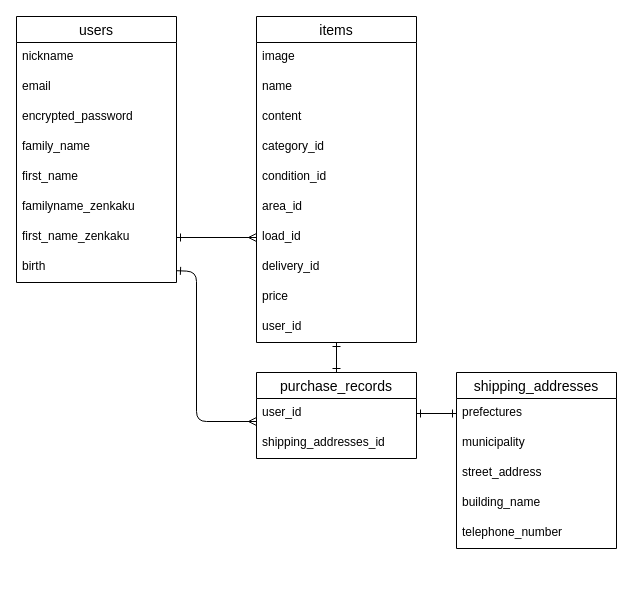
Before: furima.dio in atk1825/furima-40553, a draw.io diagram. Source tidied: cells renumbered, new cells numbered last; positions are measured from the earlier drawing's top-left corner, leaving out a move shared by most shapes. Both pictures are drawn from the tidied source at 100%, with x=0, y=0 at pixel (16, 16).
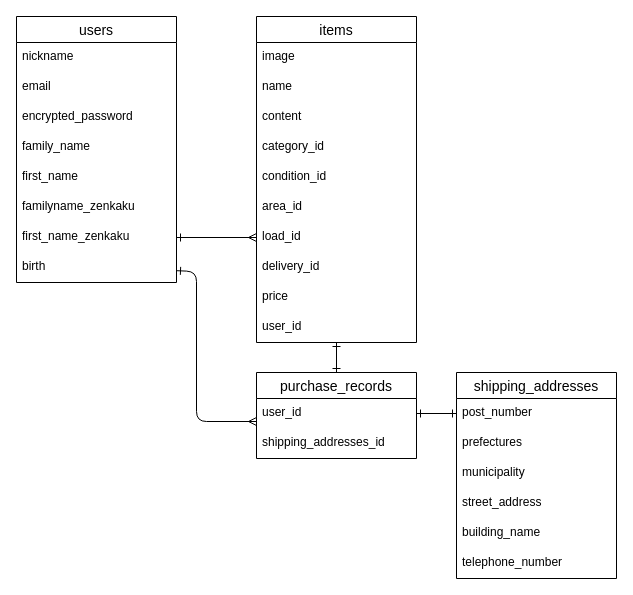
The same page after the edit.

The change refers to these unchanged cells:
```xml
<mxCell id="29" value="user_id" style="text;strokeColor=none;fillColor=none;spacingLeft=4;spacingRight=4;overflow=hidden;points=[[0,0.5],[1,0.5]];portConstraint=eastwest;fontSize=12;" parent="28" vertex="1">
  <mxGeometry y="26" width="160" height="30" as="geometry" />
</mxCell>
```

What changed in the source:
```diff
@@
     <mxCell id="13" value="shipping_addresses" style="swimlane;fontStyle=0;horizontal=1;startSize=26;align=center;fontSize=14;" parent="1" vertex="1">
-      <mxGeometry x="440" y="356" width="160" height="176" as="geometry" />
+      <mxGeometry x="440" y="356" width="160" height="206" as="geometry" />
     </mxCell>
+    <mxCell id="35" value="post_number" style="text;strokeColor=none;fillColor=none;spacingLeft=4;spacingRight=4;overflow=hidden;points=[[0,0.5],[1,0.5]];portConstraint=eastwest;fontSize=12;" parent="13" vertex="1">
+      <mxGeometry y="26" width="160" height="30" as="geometry" />
+    </mxCell>
     <mxCell id="14" value="prefectures" style="text;strokeColor=none;fillColor=none;spacingLeft=4;spacingRight=4;overflow=hidden;points=[[0,0.5],[1,0.5]];portConstraint=eastwest;fontSize=12;" parent="13" vertex="1">
-      <mxGeometry y="26" width="160" height="30" as="geometry" />
+      <mxGeometry y="56" width="160" height="30" as="geometry" />
     </mxCell>
     <mxCell id="15" value="municipality&#10;" style="text;strokeColor=none;fillColor=none;spacingLeft=4;spacingRight=4;overflow=hidden;fontSize=12;" parent="13" vertex="1">
-      <mxGeometry y="56" width="160" height="30" as="geometry" />
+      <mxGeometry y="86" width="160" height="30" as="geometry" />
     </mxCell>
     <mxCell id="16" value="street_address" style="text;strokeColor=none;fillColor=none;spacingLeft=4;spacingRight=4;overflow=hidden;fontSize=12;" parent="13" vertex="1">
-      <mxGeometry y="86" width="160" height="30" as="geometry" />
+      <mxGeometry y="116" width="160" height="30" as="geometry" />
     </mxCell>
     <mxCell id="17" value="building_name&#10;" style="text;strokeColor=none;fillColor=none;spacingLeft=4;spacingRight=4;overflow=hidden;fontSize=12;" parent="13" vertex="1">
-      <mxGeometry y="116" width="160" height="30" as="geometry" />
+      <mxGeometry y="146" width="160" height="30" as="geometry" />
     </mxCell>
     <mxCell id="18" value="telephone_number" style="text;strokeColor=none;fillColor=none;spacingLeft=4;spacingRight=4;overflow=hidden;fontSize=12;" parent="13" vertex="1">
-      <mxGeometry y="146" width="160" height="30" as="geometry" />
+      <mxGeometry y="176" width="160" height="30" as="geometry" />
     </mxCell>
@@
-    <mxCell id="34" style="edgeStyle=none;html=1;exitX=1;exitY=0.5;exitDx=0;exitDy=0;entryX=0;entryY=0.5;entryDx=0;entryDy=0;startArrow=ERone;startFill=0;endArrow=ERone;endFill=0;" parent="1" edge="1" source="29" target="14">
+    <mxCell id="34" style="edgeStyle=none;html=1;exitX=1;exitY=0.5;exitDx=0;exitDy=0;entryX=0;entryY=0.5;entryDx=0;entryDy=0;startArrow=ERone;startFill=0;endArrow=ERone;endFill=0;" parent="1" edge="1" source="29" target="35">
       <mxGeometry relative="1" as="geometry" />
     </mxCell>
```
